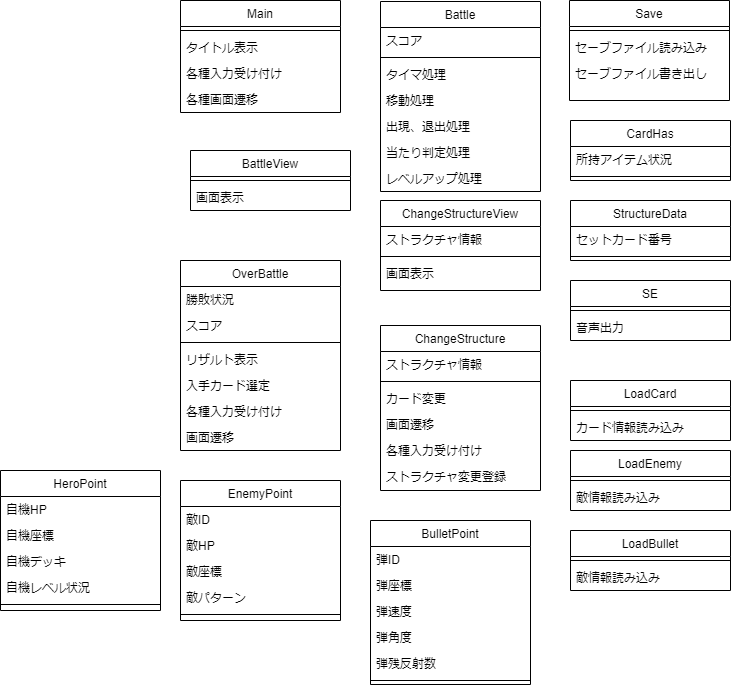
Before: クラス図.png, a diagram exported from draw.io (Mattya3/ProjectShooting). Source tidied: cells renumbered, new cells last; positions are measured from the earlier drawing's top-left corner, leaving out a move shared by most shapes.
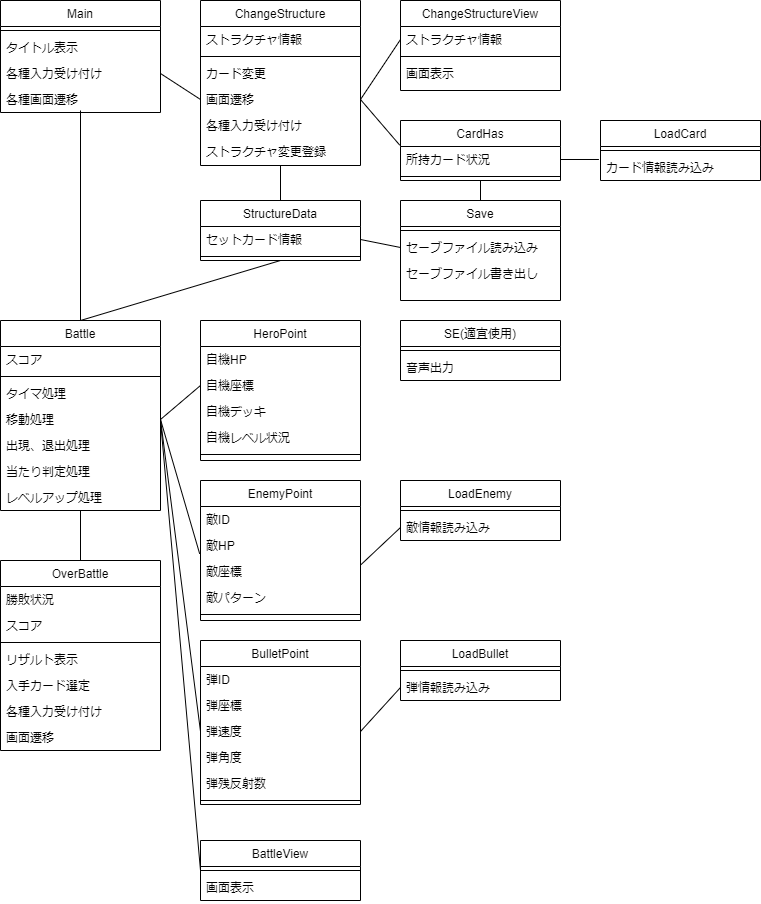
After the change.

Commit message:
クラス図の作成

Diff of the diagram source:
```diff
@@ -3,7 +3,7 @@
     <mxCell id="0" />
     <mxCell id="1" parent="0" />
     <mxCell id="2" value="ChangeStructure" style="swimlane;fontStyle=0;align=center;verticalAlign=top;horizontal=1;startSize=26;rounded=0;shadow=0;strokeWidth=1;" parent="1" vertex="1">
-      <mxGeometry x="380" y="325" width="160" height="165" as="geometry" />
+      <mxGeometry x="180" y="-120" width="160" height="165" as="geometry" />
     </mxCell>
     <mxCell id="3" value="ストラクチャ情報" style="text;align=left;verticalAlign=top;spacingLeft=4;spacingRight=4;overflow=hidden;rounded=0;shadow=0;html=0;" parent="2" vertex="1">
       <mxGeometry y="26" width="160" height="26" as="geometry" />
@@ -23,17 +23,17 @@
     <mxCell id="8" value="ストラクチャ変更登録" style="text;align=left;verticalAlign=top;spacingLeft=4;spacingRight=4;overflow=hidden;" parent="2" vertex="1">
       <mxGeometry y="138" width="160" height="26" as="geometry" />
     </mxCell>
-    <mxCell id="9" value="StructureData" style="swimlane;fontStyle=0;align=center;verticalAlign=top;horizontal=1;startSize=26;rounded=0;shadow=0;strokeWidth=1;" parent="1" vertex="1">
-      <mxGeometry x="570" y="200" width="160" height="60" as="geometry" />
+    <mxCell id="9" value="CardHas" style="swimlane;fontStyle=0;align=center;verticalAlign=top;horizontal=1;startSize=26;rounded=0;shadow=0;strokeWidth=1;" parent="1" vertex="1">
+      <mxGeometry x="380" width="160" height="60" as="geometry" />
     </mxCell>
-    <mxCell id="10" value="セットカード番号" style="text;align=left;verticalAlign=top;spacingLeft=4;spacingRight=4;overflow=hidden;points=[[0,0.5],[1,0.5]];portConstraint=eastwest;" parent="9" vertex="1">
+    <mxCell id="10" value="所持カード状況" style="text;align=left;verticalAlign=top;spacingLeft=4;spacingRight=4;overflow=hidden;points=[[0,0.5],[1,0.5]];portConstraint=eastwest;" parent="9" vertex="1">
       <mxGeometry y="26" width="160" height="26" as="geometry" />
     </mxCell>
     <mxCell id="11" style="line;html=1;strokeWidth=1;align=left;verticalAlign=middle;spacingTop=-1;spacingLeft=3;spacingRight=3;labelPosition=right;" parent="9" vertex="1">
       <mxGeometry y="52" width="160" height="8" as="geometry" />
     </mxCell>
     <mxCell id="12" value="Save" style="swimlane;fontStyle=0;align=center;verticalAlign=top;horizontal=1;startSize=26;rounded=0;shadow=0;strokeWidth=1;" parent="1" vertex="1">
-      <mxGeometry x="569" width="160" height="100" as="geometry" />
+      <mxGeometry x="380" y="80" width="160" height="100" as="geometry" />
     </mxCell>
     <mxCell id="13" style="line;html=1;strokeWidth=1;align=left;verticalAlign=middle;spacingTop=-1;spacingLeft=3;spacingRight=3;labelPosition=right;" parent="12" vertex="1">
       <mxGeometry y="26" width="160" height="8" as="geometry" />
@@ -45,7 +45,7 @@
       <mxGeometry y="60" width="160" height="26" as="geometry" />
     </mxCell>
     <mxCell id="16" value="ChangeStructureView" style="swimlane;fontStyle=0;align=center;verticalAlign=top;horizontal=1;startSize=26;rounded=0;shadow=0;strokeWidth=1;" parent="1" vertex="1">
-      <mxGeometry x="380" y="200" width="160" height="90" as="geometry" />
+      <mxGeometry x="380" y="-120" width="160" height="90" as="geometry" />
     </mxCell>
     <mxCell id="17" value="ストラクチャ情報" style="text;align=left;verticalAlign=top;spacingLeft=4;spacingRight=4;overflow=hidden;points=[[0,0.5],[1,0.5]];portConstraint=eastwest;rounded=0;shadow=0;html=0;" parent="16" vertex="1">
       <mxGeometry y="26" width="160" height="26" as="geometry" />
@@ -56,17 +56,17 @@
     <mxCell id="19" value="画面表示" style="text;align=left;verticalAlign=top;spacingLeft=4;spacingRight=4;overflow=hidden;" parent="16" vertex="1">
       <mxGeometry y="60" width="160" height="26" as="geometry" />
     </mxCell>
-    <mxCell id="20" value="CardHas" style="swimlane;fontStyle=0;align=center;verticalAlign=top;horizontal=1;startSize=26;rounded=0;shadow=0;strokeWidth=1;" parent="1" vertex="1">
-      <mxGeometry x="570" y="120" width="160" height="60" as="geometry" />
+    <mxCell id="20" value="StructureData" style="swimlane;fontStyle=0;align=center;verticalAlign=top;horizontal=1;startSize=26;rounded=0;shadow=0;strokeWidth=1;" parent="1" vertex="1">
+      <mxGeometry x="180" y="80" width="160" height="60" as="geometry" />
     </mxCell>
-    <mxCell id="21" value="所持アイテム状況" style="text;align=left;verticalAlign=top;spacingLeft=4;spacingRight=4;overflow=hidden;points=[[0,0.5],[1,0.5]];portConstraint=eastwest;rounded=0;shadow=0;html=0;" parent="20" vertex="1">
+    <mxCell id="21" value="セットカード情報" style="text;align=left;verticalAlign=top;spacingLeft=4;spacingRight=4;overflow=hidden;points=[[0,0.5],[1,0.5]];portConstraint=eastwest;rounded=0;shadow=0;html=0;" parent="20" vertex="1">
       <mxGeometry y="26" width="160" height="26" as="geometry" />
     </mxCell>
     <mxCell id="22" style="line;html=1;strokeWidth=1;align=left;verticalAlign=middle;spacingTop=-1;spacingLeft=3;spacingRight=3;labelPosition=right;" parent="20" vertex="1">
       <mxGeometry y="52" width="160" height="8" as="geometry" />
     </mxCell>
     <mxCell id="23" value="LoadCard" style="swimlane;fontStyle=0;align=center;verticalAlign=top;horizontal=1;startSize=26;rounded=0;shadow=0;strokeWidth=1;" parent="1" vertex="1">
-      <mxGeometry x="570" y="380" width="160" height="60" as="geometry" />
+      <mxGeometry x="580" width="160" height="60" as="geometry" />
     </mxCell>
     <mxCell id="24" style="line;html=1;strokeWidth=1;align=left;verticalAlign=middle;spacingTop=-1;spacingLeft=3;spacingRight=3;labelPosition=right;" parent="23" vertex="1">
       <mxGeometry y="26" width="160" height="8" as="geometry" />
@@ -74,8 +74,8 @@
     <mxCell id="25" value="カード情報読み込み" style="text;align=left;verticalAlign=top;spacingLeft=4;spacingRight=4;overflow=hidden;points=[[0,0.5],[1,0.5]];portConstraint=eastwest;" parent="23" vertex="1">
       <mxGeometry y="34" width="160" height="26" as="geometry" />
     </mxCell>
-    <mxCell id="26" value="SE" style="swimlane;fontStyle=0;align=center;verticalAlign=top;horizontal=1;startSize=26;rounded=0;shadow=0;strokeWidth=1;" parent="1" vertex="1">
-      <mxGeometry x="570" y="280" width="160" height="60" as="geometry" />
+    <mxCell id="26" value="SE(適宜使用)" style="swimlane;fontStyle=0;align=center;verticalAlign=top;horizontal=1;startSize=26;rounded=0;shadow=0;strokeWidth=1;" parent="1" vertex="1">
+      <mxGeometry x="380" y="200" width="160" height="60" as="geometry" />
     </mxCell>
     <mxCell id="27" style="line;html=1;strokeWidth=1;align=left;verticalAlign=middle;spacingTop=-1;spacingLeft=3;spacingRight=3;labelPosition=right;" parent="26" vertex="1">
       <mxGeometry y="26" width="160" height="8" as="geometry" />
@@ -84,7 +84,7 @@
       <mxGeometry y="34" width="160" height="26" as="geometry" />
     </mxCell>
     <mxCell id="29" value="Main" style="swimlane;fontStyle=0;align=center;verticalAlign=top;horizontal=1;startSize=26;rounded=0;shadow=0;strokeWidth=1;" parent="1" vertex="1">
-      <mxGeometry x="180" width="160" height="112" as="geometry" />
+      <mxGeometry x="-20" y="-120" width="160" height="112" as="geometry" />
     </mxCell>
     <mxCell id="30" style="line;html=1;strokeWidth=1;align=left;verticalAlign=middle;spacingTop=-1;spacingLeft=3;spacingRight=3;labelPosition=right;" parent="29" vertex="1">
       <mxGeometry y="26" width="160" height="8" as="geometry" />
@@ -99,7 +99,7 @@
       <mxGeometry y="86" width="160" height="26" as="geometry" />
     </mxCell>
     <mxCell id="34" value="BattleView" style="swimlane;fontStyle=0;align=center;verticalAlign=top;horizontal=1;startSize=26;rounded=0;shadow=0;strokeWidth=1;" parent="1" vertex="1">
-      <mxGeometry x="190" y="150" width="160" height="60" as="geometry" />
+      <mxGeometry x="180" y="720" width="160" height="60" as="geometry" />
     </mxCell>
     <mxCell id="35" style="line;html=1;strokeWidth=1;align=left;verticalAlign=middle;spacingTop=-1;spacingLeft=3;spacingRight=3;labelPosition=right;" parent="34" vertex="1">
       <mxGeometry y="26" width="160" height="8" as="geometry" />
@@ -108,7 +108,7 @@
       <mxGeometry y="34" width="160" height="26" as="geometry" />
     </mxCell>
     <mxCell id="37" value="EnemyPoint" style="swimlane;fontStyle=0;align=center;verticalAlign=top;horizontal=1;startSize=26;rounded=0;shadow=0;strokeWidth=1;" parent="1" vertex="1">
-      <mxGeometry x="180" y="480" width="160" height="140" as="geometry" />
+      <mxGeometry x="180" y="360" width="160" height="140" as="geometry" />
     </mxCell>
     <mxCell id="38" value="敵ID" style="text;align=left;verticalAlign=top;spacingLeft=4;spacingRight=4;overflow=hidden;rounded=0;shadow=0;html=0;" parent="37" vertex="1">
       <mxGeometry y="26" width="160" height="26" as="geometry" />
@@ -126,7 +126,7 @@
       <mxGeometry y="130" width="160" height="8" as="geometry" />
     </mxCell>
     <mxCell id="43" value="BulletPoint" style="swimlane;fontStyle=0;align=center;verticalAlign=top;horizontal=1;startSize=26;rounded=0;shadow=0;strokeWidth=1;" parent="1" vertex="1">
-      <mxGeometry x="370" y="520" width="160" height="164" as="geometry" />
+      <mxGeometry x="180" y="520" width="160" height="164" as="geometry" />
     </mxCell>
     <mxCell id="44" value="弾ID" style="text;align=left;verticalAlign=top;spacingLeft=4;spacingRight=4;overflow=hidden;rounded=0;shadow=0;html=0;" parent="43" vertex="1">
       <mxGeometry y="26" width="160" height="26" as="geometry" />
@@ -147,7 +147,7 @@
       <mxGeometry y="156" width="160" height="8" as="geometry" />
     </mxCell>
     <mxCell id="50" value="LoadEnemy" style="swimlane;fontStyle=0;align=center;verticalAlign=top;horizontal=1;startSize=26;rounded=0;shadow=0;strokeWidth=1;" parent="1" vertex="1">
-      <mxGeometry x="570" y="450" width="160" height="60" as="geometry" />
+      <mxGeometry x="380" y="360" width="160" height="60" as="geometry" />
     </mxCell>
     <mxCell id="51" style="line;html=1;strokeWidth=1;align=left;verticalAlign=middle;spacingTop=-1;spacingLeft=3;spacingRight=3;labelPosition=right;" parent="50" vertex="1">
       <mxGeometry y="26" width="160" height="8" as="geometry" />
@@ -156,7 +156,7 @@
       <mxGeometry y="34" width="160" height="26" as="geometry" />
     </mxCell>
     <mxCell id="53" value="OverBattle" style="swimlane;fontStyle=0;align=center;verticalAlign=top;horizontal=1;startSize=26;rounded=0;shadow=0;strokeWidth=1;" parent="1" vertex="1">
-      <mxGeometry x="180" y="260" width="160" height="190" as="geometry" />
+      <mxGeometry x="-20" y="440" width="160" height="190" as="geometry" />
     </mxCell>
     <mxCell id="54" value="勝敗状況" style="text;align=left;verticalAlign=top;spacingLeft=4;spacingRight=4;overflow=hidden;rounded=0;shadow=0;html=0;" parent="53" vertex="1">
       <mxGeometry y="26" width="160" height="26" as="geometry" />
@@ -180,7 +180,7 @@
       <mxGeometry y="164" width="160" height="26" as="geometry" />
     </mxCell>
     <mxCell id="61" value="Battle" style="swimlane;fontStyle=0;align=center;verticalAlign=top;horizontal=1;startSize=26;rounded=0;shadow=0;strokeWidth=1;" parent="1" vertex="1">
-      <mxGeometry x="380" y="1" width="160" height="190" as="geometry" />
+      <mxGeometry x="-20" y="200" width="160" height="190" as="geometry" />
     </mxCell>
     <mxCell id="62" value="スコア" style="text;align=left;verticalAlign=top;spacingLeft=4;spacingRight=4;overflow=hidden;" parent="61" vertex="1">
       <mxGeometry y="26" width="160" height="26" as="geometry" />
@@ -204,7 +204,7 @@
       <mxGeometry y="164" width="160" height="26" as="geometry" />
     </mxCell>
     <mxCell id="69" value="HeroPoint" style="swimlane;fontStyle=0;align=center;verticalAlign=top;horizontal=1;startSize=26;rounded=0;shadow=0;strokeWidth=1;" parent="1" vertex="1">
-      <mxGeometry y="470" width="160" height="140" as="geometry" />
+      <mxGeometry x="180" y="200" width="160" height="140" as="geometry" />
     </mxCell>
     <mxCell id="70" value="自機HP" style="text;align=left;verticalAlign=top;spacingLeft=4;spacingRight=4;overflow=hidden;rounded=0;shadow=0;html=0;" parent="69" vertex="1">
       <mxGeometry y="26" width="160" height="26" as="geometry" />
@@ -222,13 +222,67 @@
       <mxGeometry y="130" width="160" height="8" as="geometry" />
     </mxCell>
     <mxCell id="75" value="LoadBullet" style="swimlane;fontStyle=0;align=center;verticalAlign=top;horizontal=1;startSize=26;rounded=0;shadow=0;strokeWidth=1;" parent="1" vertex="1">
-      <mxGeometry x="570" y="530" width="160" height="60" as="geometry" />
+      <mxGeometry x="380" y="520" width="160" height="60" as="geometry" />
     </mxCell>
     <mxCell id="76" style="line;html=1;strokeWidth=1;align=left;verticalAlign=middle;spacingTop=-1;spacingLeft=3;spacingRight=3;labelPosition=right;" parent="75" vertex="1">
       <mxGeometry y="26" width="160" height="8" as="geometry" />
     </mxCell>
-    <mxCell id="77" value="敵情報読み込み" style="text;align=left;verticalAlign=top;spacingLeft=4;spacingRight=4;overflow=hidden;points=[[0,0.5],[1,0.5]];portConstraint=eastwest;" parent="75" vertex="1">
+    <mxCell id="77" value="弾情報読み込み" style="text;align=left;verticalAlign=top;spacingLeft=4;spacingRight=4;overflow=hidden;points=[[0,0.5],[1,0.5]];portConstraint=eastwest;" parent="75" vertex="1">
       <mxGeometry y="34" width="160" height="26" as="geometry" />
     </mxCell>
+    <mxCell id="78" style="endArrow=none;html=1;rounded=0;entryX=0.5;entryY=0;entryDx=0;entryDy=0;" parent="1" edge="1" target="61">
+      <mxGeometry relative="1" as="geometry">
+        <mxPoint x="60" y="-10" as="sourcePoint" />
+      </mxGeometry>
+    </mxCell>
+    <mxCell id="79" style="endArrow=none;html=1;rounded=0;exitX=1;exitY=0.5;exitDx=0;exitDy=0;entryX=0;entryY=0.5;entryDx=0;entryDy=0;" parent="1" edge="1" source="32" target="6">
+      <mxGeometry relative="1" as="geometry" />
+    </mxCell>
+    <mxCell id="80" style="endArrow=none;html=1;rounded=0;exitX=0.5;exitY=1;exitDx=0;exitDy=0;entryX=0.5;entryY=0;entryDx=0;entryDy=0;" parent="1" edge="1" source="2" target="20">
+      <mxGeometry relative="1" as="geometry" />
+    </mxCell>
+    <mxCell id="81" style="endArrow=none;html=1;rounded=0;exitX=1;exitY=0.5;exitDx=0;exitDy=0;entryX=0;entryY=0.5;entryDx=0;entryDy=0;" parent="1" edge="1" source="6" target="17">
+      <mxGeometry relative="1" as="geometry" />
+    </mxCell>
+    <mxCell id="82" style="endArrow=none;html=1;rounded=0;exitX=1;exitY=0.5;exitDx=0;exitDy=0;entryX=-0.005;entryY=-0.054;entryDx=0;entryDy=0;entryPerimeter=0;" parent="1" edge="1" source="6" target="10">
+      <mxGeometry relative="1" as="geometry" />
+    </mxCell>
+    <mxCell id="83" style="endArrow=none;html=1;rounded=0;entryX=1;entryY=0.5;entryDx=0;entryDy=0;exitX=-0.01;exitY=0.192;exitDx=0;exitDy=0;exitPerimeter=0;" parent="1" edge="1" source="25" target="10">
+      <mxGeometry relative="1" as="geometry" />
+    </mxCell>
+    <mxCell id="84" style="endArrow=none;html=1;rounded=0;exitX=0.5;exitY=1;exitDx=0;exitDy=0;entryX=0.5;entryY=0;entryDx=0;entryDy=0;" parent="1" edge="1" source="9" target="12">
+      <mxGeometry relative="1" as="geometry" />
+    </mxCell>
+    <mxCell id="85" style="endArrow=none;html=1;rounded=0;exitX=1;exitY=0.5;exitDx=0;exitDy=0;entryX=0;entryY=0.5;entryDx=0;entryDy=0;" parent="1" edge="1" source="21" target="14">
+      <mxGeometry relative="1" as="geometry" />
+    </mxCell>
+    <mxCell id="86" style="endArrow=none;html=1;rounded=0;exitX=1;exitY=0.5;exitDx=0;exitDy=0;entryX=0;entryY=0.5;entryDx=0;entryDy=0;" parent="1" edge="1" source="65" target="71">
+      <mxGeometry relative="1" as="geometry" />
+    </mxCell>
+    <mxCell id="87" style="endArrow=none;html=1;rounded=0;exitX=1;exitY=0.5;exitDx=0;exitDy=0;entryX=-0.005;entryY=0.823;entryDx=0;entryDy=0;entryPerimeter=0;" parent="1" edge="1" source="65" target="39">
+      <mxGeometry relative="1" as="geometry" />
+    </mxCell>
+    <mxCell id="88" style="endArrow=none;html=1;rounded=0;entryX=1;entryY=0.5;entryDx=0;entryDy=0;exitX=0;exitY=0.5;exitDx=0;exitDy=0;" parent="1" edge="1" source="46" target="65">
+      <mxGeometry relative="1" as="geometry" />
+    </mxCell>
+    <mxCell id="89" style="endArrow=none;html=1;rounded=0;entryX=0.5;entryY=0;entryDx=0;entryDy=0;" parent="1" edge="1" target="53">
+      <mxGeometry relative="1" as="geometry">
+        <mxPoint x="60" y="390" as="sourcePoint" />
+      </mxGeometry>
+    </mxCell>
+    <mxCell id="90" style="endArrow=none;html=1;rounded=0;exitX=1;exitY=0.254;exitDx=0;exitDy=0;exitPerimeter=0;entryX=0;entryY=0.5;entryDx=0;entryDy=0;" parent="1" edge="1" source="40" target="52">
+      <mxGeometry relative="1" as="geometry" />
+    </mxCell>
+    <mxCell id="91" style="endArrow=none;html=1;rounded=0;exitX=1;exitY=0.5;exitDx=0;exitDy=0;entryX=0;entryY=0.5;entryDx=0;entryDy=0;" parent="1" edge="1" source="46" target="77">
+      <mxGeometry relative="1" as="geometry" />
+    </mxCell>
+    <mxCell id="92" style="endArrow=none;html=1;rounded=0;entryX=0;entryY=0.5;entryDx=0;entryDy=0;" parent="1" edge="1" target="34">
+      <mxGeometry relative="1" as="geometry">
+        <mxPoint x="140" y="300" as="sourcePoint" />
+      </mxGeometry>
+    </mxCell>
+    <mxCell id="93" style="endArrow=none;html=1;rounded=0;entryX=0.5;entryY=1;entryDx=0;entryDy=0;exitX=0.5;exitY=0;exitDx=0;exitDy=0;" parent="1" edge="1" source="61" target="20">
+      <mxGeometry relative="1" as="geometry" />
+    </mxCell>
   </root>
 </mxGraphModel>
```
